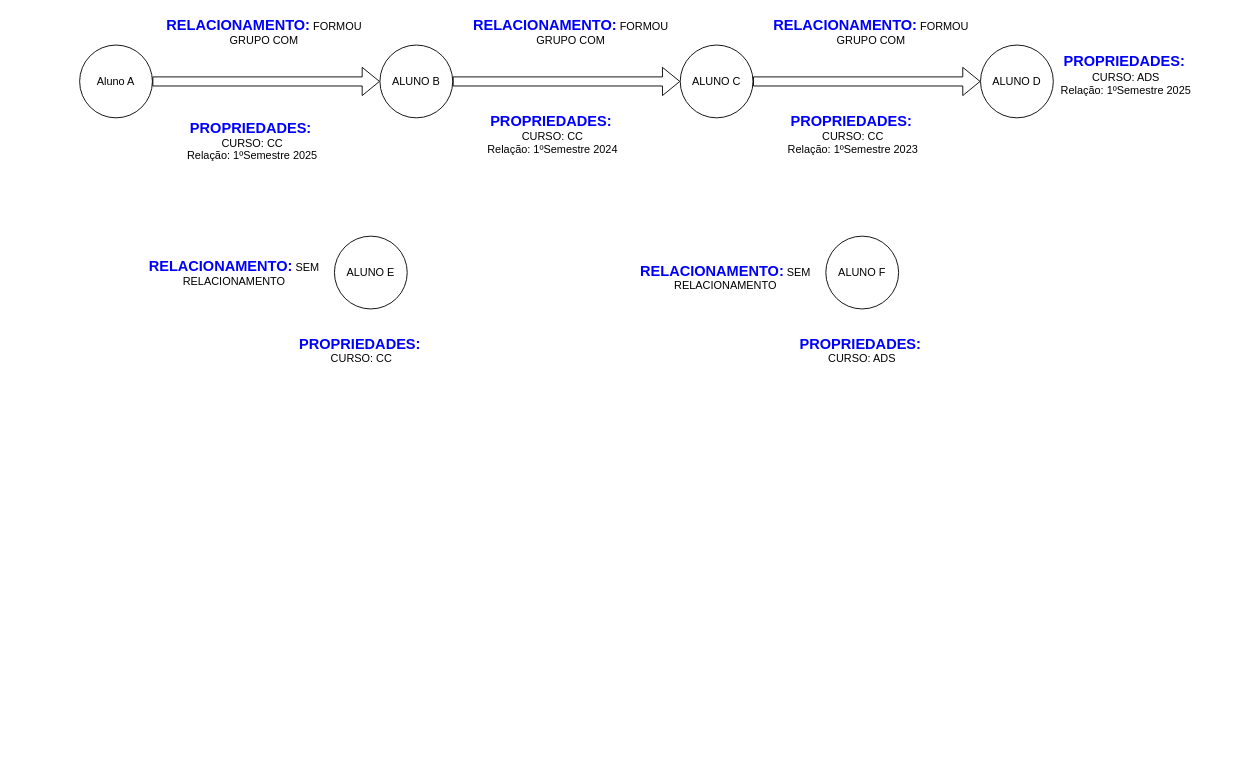
Earlier version of the draw.io diagram Diagrama sem nome.drawio (KaduMirands/SQL). Source tidied: cells renumbered, new cells numbered last; positions are measured from the earlier drawing's top-left corner, leaving out a move shared by most shapes. Both pictures are drawn from the tidied source at 91%, with x=0, y=0 at pixel (79, 17).
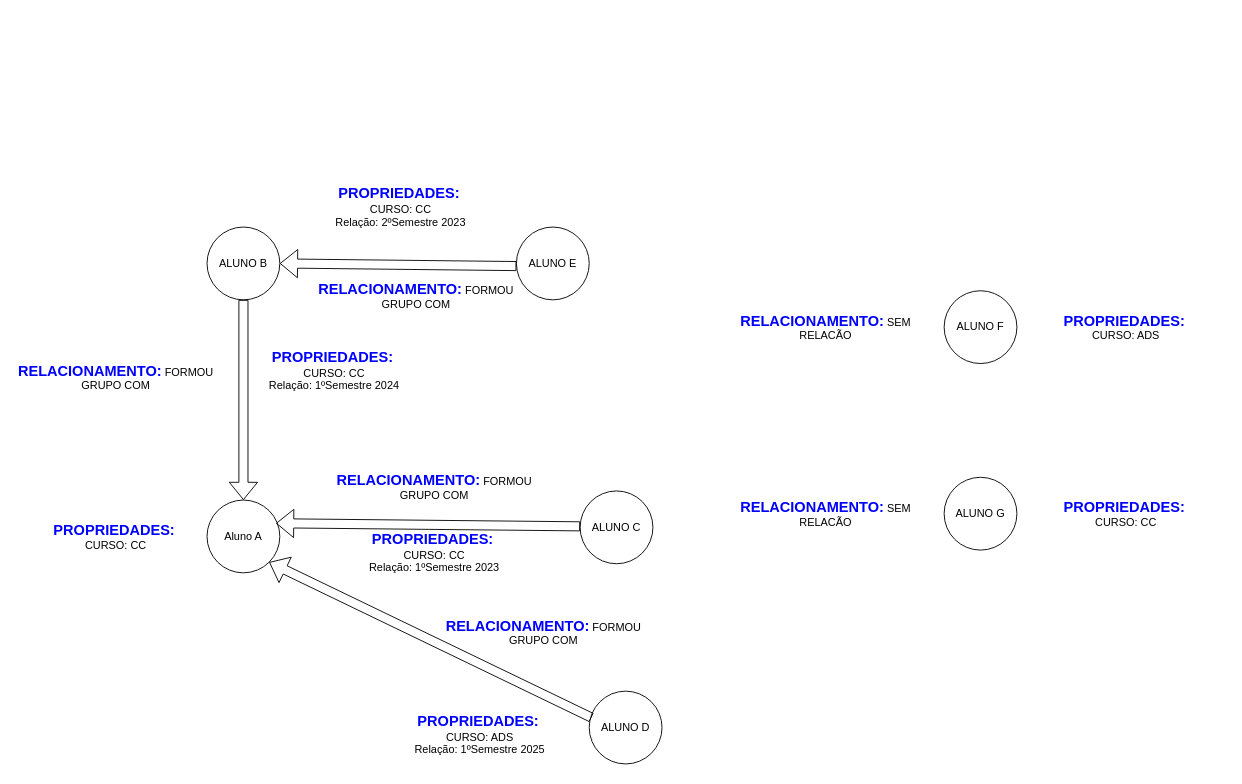
The same page after the edit.

The edit, as a diff of the source:
```diff
@@
+    <mxCell id="16" value="&lt;font color=&quot;#0000ff&quot;&gt;&lt;span style=&quot;font-size: 16px;&quot;&gt;&lt;b&gt;PROPRIEDADES:&lt;/b&gt;&lt;/span&gt;&lt;/font&gt;&amp;nbsp;&lt;div&gt;CURSO: CC&lt;/div&gt;&lt;div&gt;Relação: 1ºSemestre 2023&lt;br&gt;&lt;br&gt;&lt;/div&gt;" style="text;html=1;align=center;verticalAlign=middle;whiteSpace=wrap;rounded=0;" parent="1" vertex="1">
+      <mxGeometry x="280" y="580" width="220" height="30" as="geometry" />
+    </mxCell>
     <mxCell id="2" value="Aluno A" style="ellipse;whiteSpace=wrap;html=1;" parent="1" vertex="1">
-      <mxGeometry y="30" width="80" height="80" as="geometry" />
+      <mxGeometry x="140" y="530" width="80" height="80" as="geometry" />
     </mxCell>
-    <mxCell id="3" style="shape=flexArrow;endArrow=classic;html=1;rounded=0;" parent="1" edge="1">
-      <mxGeometry relative="1" as="geometry">
-        <mxPoint x="80" y="70" as="sourcePoint" />
-        <mxPoint x="330" y="70" as="targetPoint" />
-      </mxGeometry>
-    </mxCell>
     <mxCell id="4" value="ALUNO B" style="ellipse;whiteSpace=wrap;html=1;" parent="1" vertex="1">
-      <mxGeometry x="330" y="30" width="80" height="80" as="geometry" />
+      <mxGeometry x="140" y="230" width="80" height="80" as="geometry" />
     </mxCell>
+    <mxCell id="6" value="ALUNO C" style="ellipse;whiteSpace=wrap;html=1;" parent="1" vertex="1">
+      <mxGeometry x="550" y="520" width="80" height="80" as="geometry" />
+    </mxCell>
+    <mxCell id="10" value="ALUNO D" style="ellipse;whiteSpace=wrap;html=1;" parent="1" vertex="1">
+      <mxGeometry x="560" y="740" width="80" height="80" as="geometry" />
+    </mxCell>
+    <mxCell id="22" style="shape=flexArrow;endArrow=classic;html=1;rounded=0;entryX=0.947;entryY=0.319;entryDx=0;entryDy=0;entryPerimeter=0;" parent="1" edge="1" target="2">
+      <mxGeometry relative="1" as="geometry">
+        <mxPoint x="550" y="558.9" as="sourcePoint" />
+      </mxGeometry>
+    </mxCell>
+    <mxCell id="23" style="shape=flexArrow;endArrow=classic;html=1;rounded=0;entryX=1;entryY=1;entryDx=0;entryDy=0;" parent="1" edge="1" target="2">
+      <mxGeometry relative="1" as="geometry">
+        <mxPoint x="562.5" y="769.1" as="sourcePoint" />
+      </mxGeometry>
+    </mxCell>
+    <mxCell id="24" style="shape=flexArrow;endArrow=classic;html=1;rounded=0;entryX=0.5;entryY=0;entryDx=0;entryDy=0;exitX=0.5;exitY=1;exitDx=0;exitDy=0;" parent="1" edge="1" source="4" target="2">
+      <mxGeometry relative="1" as="geometry" />
+    </mxCell>
+    <mxCell id="25" value="&lt;font color=&quot;#0000ff&quot;&gt;&lt;span style=&quot;font-size: 16px;&quot;&gt;&lt;b&gt;PROPRIEDADES:&lt;/b&gt;&lt;/span&gt;&lt;/font&gt;&amp;nbsp;&lt;div&gt;CURSO: CC&lt;/div&gt;" style="text;html=1;align=center;verticalAlign=middle;whiteSpace=wrap;rounded=0;" parent="1" vertex="1">
+      <mxGeometry x="-70" y="555" width="220" height="30" as="geometry" />
+    </mxCell>
+    <mxCell id="26" value="&lt;font style=&quot;color: rgb(0, 0, 255);&quot;&gt;&lt;b&gt;&lt;font style=&quot;font-size: 16px;&quot;&gt;RELACIONAMENTO:&lt;/font&gt;&lt;/b&gt;&lt;/font&gt;&amp;nbsp;FORMOU GRUPO COM" style="text;html=1;align=center;verticalAlign=middle;whiteSpace=wrap;rounded=0;" parent="1" vertex="1">
+      <mxGeometry x="280" y="500" width="220" height="30" as="geometry" />
+    </mxCell>
+    <mxCell id="27" value="&lt;font style=&quot;color: rgb(0, 0, 255);&quot;&gt;&lt;b&gt;&lt;font style=&quot;font-size: 16px;&quot;&gt;RELACIONAMENTO:&lt;/font&gt;&lt;/b&gt;&lt;/font&gt;&amp;nbsp;FORMOU GRUPO COM" style="text;html=1;align=center;verticalAlign=middle;whiteSpace=wrap;rounded=0;" parent="1" vertex="1">
+      <mxGeometry x="400" y="660" width="220" height="30" as="geometry" />
+    </mxCell>
+    <mxCell id="17" value="&lt;font color=&quot;#0000ff&quot;&gt;&lt;span style=&quot;font-size: 16px;&quot;&gt;&lt;b&gt;PROPRIEDADES:&lt;/b&gt;&lt;/span&gt;&lt;/font&gt;&amp;nbsp;&lt;div&gt;CURSO: ADS&lt;/div&gt;&lt;div&gt;Relação: 1ºSemestre 2025&lt;br&gt;&lt;br&gt;&lt;/div&gt;" style="text;html=1;align=center;verticalAlign=middle;whiteSpace=wrap;rounded=0;" parent="1" vertex="1">
+      <mxGeometry x="330" y="780" width="220" height="30" as="geometry" />
+    </mxCell>
+    <mxCell id="14" value="&lt;font color=&quot;#0000ff&quot;&gt;&lt;span style=&quot;font-size: 16px;&quot;&gt;&lt;b&gt;PROPRIEDADES:&lt;/b&gt;&lt;/span&gt;&lt;/font&gt;&amp;nbsp;&lt;div&gt;CURSO: CC&lt;/div&gt;&lt;div&gt;Relação: 1ºSemestre 2024&lt;br&gt;&lt;br&gt;&lt;/div&gt;" style="text;html=1;align=center;verticalAlign=middle;whiteSpace=wrap;rounded=0;" parent="1" vertex="1">
+      <mxGeometry x="170" y="380" width="220" height="30" as="geometry" />
+    </mxCell>
     <mxCell id="5" value="ALUNO E" style="ellipse;whiteSpace=wrap;html=1;" parent="1" vertex="1">
-      <mxGeometry x="280" y="240" width="80" height="80" as="geometry" />
+      <mxGeometry x="480" y="230" width="80" height="80" as="geometry" />
     </mxCell>
-    <mxCell id="6" value="ALUNO C" style="ellipse;whiteSpace=wrap;html=1;" parent="1" vertex="1">
-      <mxGeometry x="660" y="30" width="80" height="80" as="geometry" />
-    </mxCell>
-    <mxCell id="7" style="shape=flexArrow;endArrow=classic;html=1;rounded=0;" parent="1" edge="1">
-      <mxGeometry relative="1" as="geometry">
-        <mxPoint x="410" y="70" as="sourcePoint" />
-        <mxPoint x="660" y="70" as="targetPoint" />
-      </mxGeometry>
-    </mxCell>
-    <mxCell id="8" value="&lt;font style=&quot;color: rgb(0, 0, 255);&quot;&gt;&lt;b&gt;&lt;font style=&quot;font-size: 16px;&quot;&gt;RELACIONAMENTO:&lt;/font&gt;&lt;/b&gt;&lt;/font&gt;&amp;nbsp;FORMOU GRUPO COM" style="text;html=1;align=center;verticalAlign=middle;whiteSpace=wrap;rounded=0;" parent="1" vertex="1">
-      <mxGeometry x="430" width="220" height="30" as="geometry" />
-    </mxCell>
+    <mxCell id="28" style="shape=flexArrow;endArrow=classic;html=1;rounded=0;" parent="1" edge="1">
+      <mxGeometry relative="1" as="geometry">
+        <mxPoint x="480" y="272.9" as="sourcePoint" />
+        <mxPoint x="220" y="270" as="targetPoint" />
+      </mxGeometry>
+    </mxCell>
+    <mxCell id="29" value="&lt;font color=&quot;#0000ff&quot;&gt;&lt;span style=&quot;font-size: 16px;&quot;&gt;&lt;b&gt;PROPRIEDADES:&lt;/b&gt;&lt;/span&gt;&lt;/font&gt;&amp;nbsp;&lt;div&gt;CURSO: CC&lt;/div&gt;&lt;div&gt;Relação: 2ºSemestre 2023&lt;br&gt;&lt;br&gt;&lt;/div&gt;" style="text;html=1;align=center;verticalAlign=middle;whiteSpace=wrap;rounded=0;" parent="1" vertex="1">
+      <mxGeometry x="242.5" y="200" width="220" height="30" as="geometry" />
+    </mxCell>
+    <mxCell id="30" value="&lt;font style=&quot;color: rgb(0, 0, 255);&quot;&gt;&lt;b&gt;&lt;font style=&quot;font-size: 16px;&quot;&gt;RELACIONAMENTO:&lt;/font&gt;&lt;/b&gt;&lt;/font&gt;&amp;nbsp;FORMOU GRUPO COM" style="text;html=1;align=center;verticalAlign=middle;whiteSpace=wrap;rounded=0;" parent="1" vertex="1">
+      <mxGeometry x="-70" y="380" width="220" height="30" as="geometry" />
+    </mxCell>
+    <mxCell id="31" value="&lt;font style=&quot;color: rgb(0, 0, 255);&quot;&gt;&lt;b&gt;&lt;font style=&quot;font-size: 16px;&quot;&gt;RELACIONAMENTO:&lt;/font&gt;&lt;/b&gt;&lt;/font&gt;&amp;nbsp;FORMOU GRUPO COM" style="text;html=1;align=center;verticalAlign=middle;whiteSpace=wrap;rounded=0;" parent="1" vertex="1">
+      <mxGeometry x="260" y="290" width="220" height="30" as="geometry" />
+    </mxCell>
     <mxCell id="9" value="ALUNO F" style="ellipse;whiteSpace=wrap;html=1;" parent="1" vertex="1">
-      <mxGeometry x="820" y="240" width="80" height="80" as="geometry" />
+      <mxGeometry x="950" y="300" width="80" height="80" as="geometry" />
     </mxCell>
-    <mxCell id="10" value="ALUNO D" style="ellipse;whiteSpace=wrap;html=1;" parent="1" vertex="1">
-      <mxGeometry x="990" y="30" width="80" height="80" as="geometry" />
-    </mxCell>
-    <mxCell id="11" style="shape=flexArrow;endArrow=classic;html=1;rounded=0;" parent="1" edge="1">
-      <mxGeometry relative="1" as="geometry">
-        <mxPoint x="740" y="70" as="sourcePoint" />
-        <mxPoint x="990" y="70" as="targetPoint" />
-      </mxGeometry>
-    </mxCell>
-    <mxCell id="12" value="&lt;font style=&quot;color: rgb(0, 0, 255);&quot;&gt;&lt;b&gt;&lt;font style=&quot;font-size: 16px;&quot;&gt;RELACIONAMENTO:&lt;/font&gt;&lt;/b&gt;&lt;/font&gt;&amp;nbsp;FORMOU GRUPO COM" style="text;html=1;align=center;verticalAlign=middle;whiteSpace=wrap;rounded=0;" parent="1" vertex="1">
-      <mxGeometry x="92.5" width="220" height="30" as="geometry" />
-    </mxCell>
-    <mxCell id="13" value="&lt;font style=&quot;color: rgb(0, 0, 255);&quot;&gt;&lt;b&gt;&lt;font style=&quot;font-size: 16px;&quot;&gt;RELACIONAMENTO:&lt;/font&gt;&lt;/b&gt;&lt;/font&gt;&amp;nbsp;FORMOU GRUPO COM" style="text;html=1;align=center;verticalAlign=middle;whiteSpace=wrap;rounded=0;" parent="1" vertex="1">
-      <mxGeometry x="760" width="220" height="30" as="geometry" />
-    </mxCell>
-    <mxCell id="14" value="&lt;font color=&quot;#0000ff&quot;&gt;&lt;span style=&quot;font-size: 16px;&quot;&gt;&lt;b&gt;PROPRIEDADES:&lt;/b&gt;&lt;/span&gt;&lt;/font&gt;&amp;nbsp;&lt;div&gt;CURSO: CC&lt;/div&gt;&lt;div&gt;Relação: 1ºSemestre 2024&lt;br&gt;&lt;br&gt;&lt;/div&gt;" style="text;html=1;align=center;verticalAlign=middle;whiteSpace=wrap;rounded=0;" parent="1" vertex="1">
-      <mxGeometry x="410" y="120" width="220" height="30" as="geometry" />
-    </mxCell>
-    <mxCell id="15" value="&lt;font color=&quot;#0000ff&quot;&gt;&lt;span style=&quot;font-size: 16px;&quot;&gt;&lt;b&gt;PROPRIEDADES:&lt;/b&gt;&lt;/span&gt;&lt;/font&gt;&amp;nbsp;&lt;div&gt;CURSO: CC&lt;/div&gt;&lt;div&gt;Relação: 1ºSemestre 2025&lt;br&gt;&lt;/div&gt;" style="text;html=1;align=center;verticalAlign=middle;whiteSpace=wrap;rounded=0;" parent="1" vertex="1">
-      <mxGeometry x="80" y="120" width="220" height="30" as="geometry" />
-    </mxCell>
-    <mxCell id="16" value="&lt;font color=&quot;#0000ff&quot;&gt;&lt;span style=&quot;font-size: 16px;&quot;&gt;&lt;b&gt;PROPRIEDADES:&lt;/b&gt;&lt;/span&gt;&lt;/font&gt;&amp;nbsp;&lt;div&gt;CURSO: CC&lt;/div&gt;&lt;div&gt;Relação: 1ºSemestre 2023&lt;br&gt;&lt;br&gt;&lt;/div&gt;" style="text;html=1;align=center;verticalAlign=middle;whiteSpace=wrap;rounded=0;" parent="1" vertex="1">
-      <mxGeometry x="740" y="120" width="220" height="30" as="geometry" />
-    </mxCell>
-    <mxCell id="17" value="&lt;font color=&quot;#0000ff&quot;&gt;&lt;span style=&quot;font-size: 16px;&quot;&gt;&lt;b&gt;PROPRIEDADES:&lt;/b&gt;&lt;/span&gt;&lt;/font&gt;&amp;nbsp;&lt;div&gt;CURSO: ADS&lt;/div&gt;&lt;div&gt;Relação: 1ºSemestre 2025&lt;br&gt;&lt;br&gt;&lt;/div&gt;" style="text;html=1;align=center;verticalAlign=middle;whiteSpace=wrap;rounded=0;" parent="1" vertex="1">
-      <mxGeometry x="1040" y="55" width="220" height="30" as="geometry" />
-    </mxCell>
-    <mxCell id="18" value="&lt;font style=&quot;color: rgb(0, 0, 255);&quot;&gt;&lt;b&gt;&lt;font style=&quot;font-size: 16px;&quot;&gt;RELACIONAMENTO:&lt;/font&gt;&lt;/b&gt;&lt;/font&gt;&amp;nbsp;SEM RELACIONAMENTO" style="text;html=1;align=center;verticalAlign=middle;whiteSpace=wrap;rounded=0;" parent="1" vertex="1">
-      <mxGeometry x="60" y="265" width="220" height="30" as="geometry" />
-    </mxCell>
-    <mxCell id="19" value="&lt;font style=&quot;color: rgb(0, 0, 255);&quot;&gt;&lt;b&gt;&lt;font style=&quot;font-size: 16px;&quot;&gt;RELACIONAMENTO:&lt;/font&gt;&lt;/b&gt;&lt;/font&gt;&amp;nbsp;SEM RELACIONAMENTO" style="text;html=1;align=center;verticalAlign=middle;whiteSpace=wrap;rounded=0;" parent="1" vertex="1">
-      <mxGeometry x="600" y="270" width="220" height="30" as="geometry" />
-    </mxCell>
-    <mxCell id="20" value="&lt;font color=&quot;#0000ff&quot;&gt;&lt;span style=&quot;font-size: 16px;&quot;&gt;&lt;b&gt;PROPRIEDADES:&lt;/b&gt;&lt;/span&gt;&lt;/font&gt;&amp;nbsp;&lt;div&gt;CURSO: CC&lt;/div&gt;" style="text;html=1;align=center;verticalAlign=middle;whiteSpace=wrap;rounded=0;" parent="1" vertex="1">
-      <mxGeometry x="200" y="350" width="220" height="30" as="geometry" />
-    </mxCell>
+    <mxCell id="32" value="ALUNO G" style="ellipse;whiteSpace=wrap;html=1;" parent="1" vertex="1">
+      <mxGeometry x="950" y="505" width="80" height="80" as="geometry" />
+    </mxCell>
     <mxCell id="21" value="&lt;font color=&quot;#0000ff&quot;&gt;&lt;span style=&quot;font-size: 16px;&quot;&gt;&lt;b&gt;PROPRIEDADES:&lt;/b&gt;&lt;/span&gt;&lt;/font&gt;&amp;nbsp;&lt;div&gt;CURSO: ADS&lt;/div&gt;" style="text;html=1;align=center;verticalAlign=middle;whiteSpace=wrap;rounded=0;" parent="1" vertex="1">
-      <mxGeometry x="750" y="350" width="220" height="30" as="geometry" />
+      <mxGeometry x="1040" y="325" width="220" height="30" as="geometry" />
     </mxCell>
+    <mxCell id="33" value="&lt;font style=&quot;color: rgb(0, 0, 255);&quot;&gt;&lt;b&gt;&lt;font style=&quot;font-size: 16px;&quot;&gt;RELACIONAMENTO:&lt;/font&gt;&lt;/b&gt;&lt;/font&gt;&amp;nbsp;SEM RELACÃO" style="text;html=1;align=center;verticalAlign=middle;whiteSpace=wrap;rounded=0;" parent="1" vertex="1">
+      <mxGeometry x="710" y="325" width="220" height="30" as="geometry" />
+    </mxCell>
+    <mxCell id="34" value="&lt;font color=&quot;#0000ff&quot;&gt;&lt;span style=&quot;font-size: 16px;&quot;&gt;&lt;b&gt;PROPRIEDADES:&lt;/b&gt;&lt;/span&gt;&lt;/font&gt;&amp;nbsp;&lt;div&gt;CURSO: CC&lt;/div&gt;" style="text;html=1;align=center;verticalAlign=middle;whiteSpace=wrap;rounded=0;" parent="1" vertex="1">
+      <mxGeometry x="1040" y="530" width="220" height="30" as="geometry" />
+    </mxCell>
+    <mxCell id="35" value="&lt;font style=&quot;color: rgb(0, 0, 255);&quot;&gt;&lt;b&gt;&lt;font style=&quot;font-size: 16px;&quot;&gt;RELACIONAMENTO:&lt;/font&gt;&lt;/b&gt;&lt;/font&gt;&amp;nbsp;SEM RELACÃO" style="text;html=1;align=center;verticalAlign=middle;whiteSpace=wrap;rounded=0;" parent="1" vertex="1">
+      <mxGeometry x="710" y="530" width="220" height="30" as="geometry" />
+    </mxCell>
```
